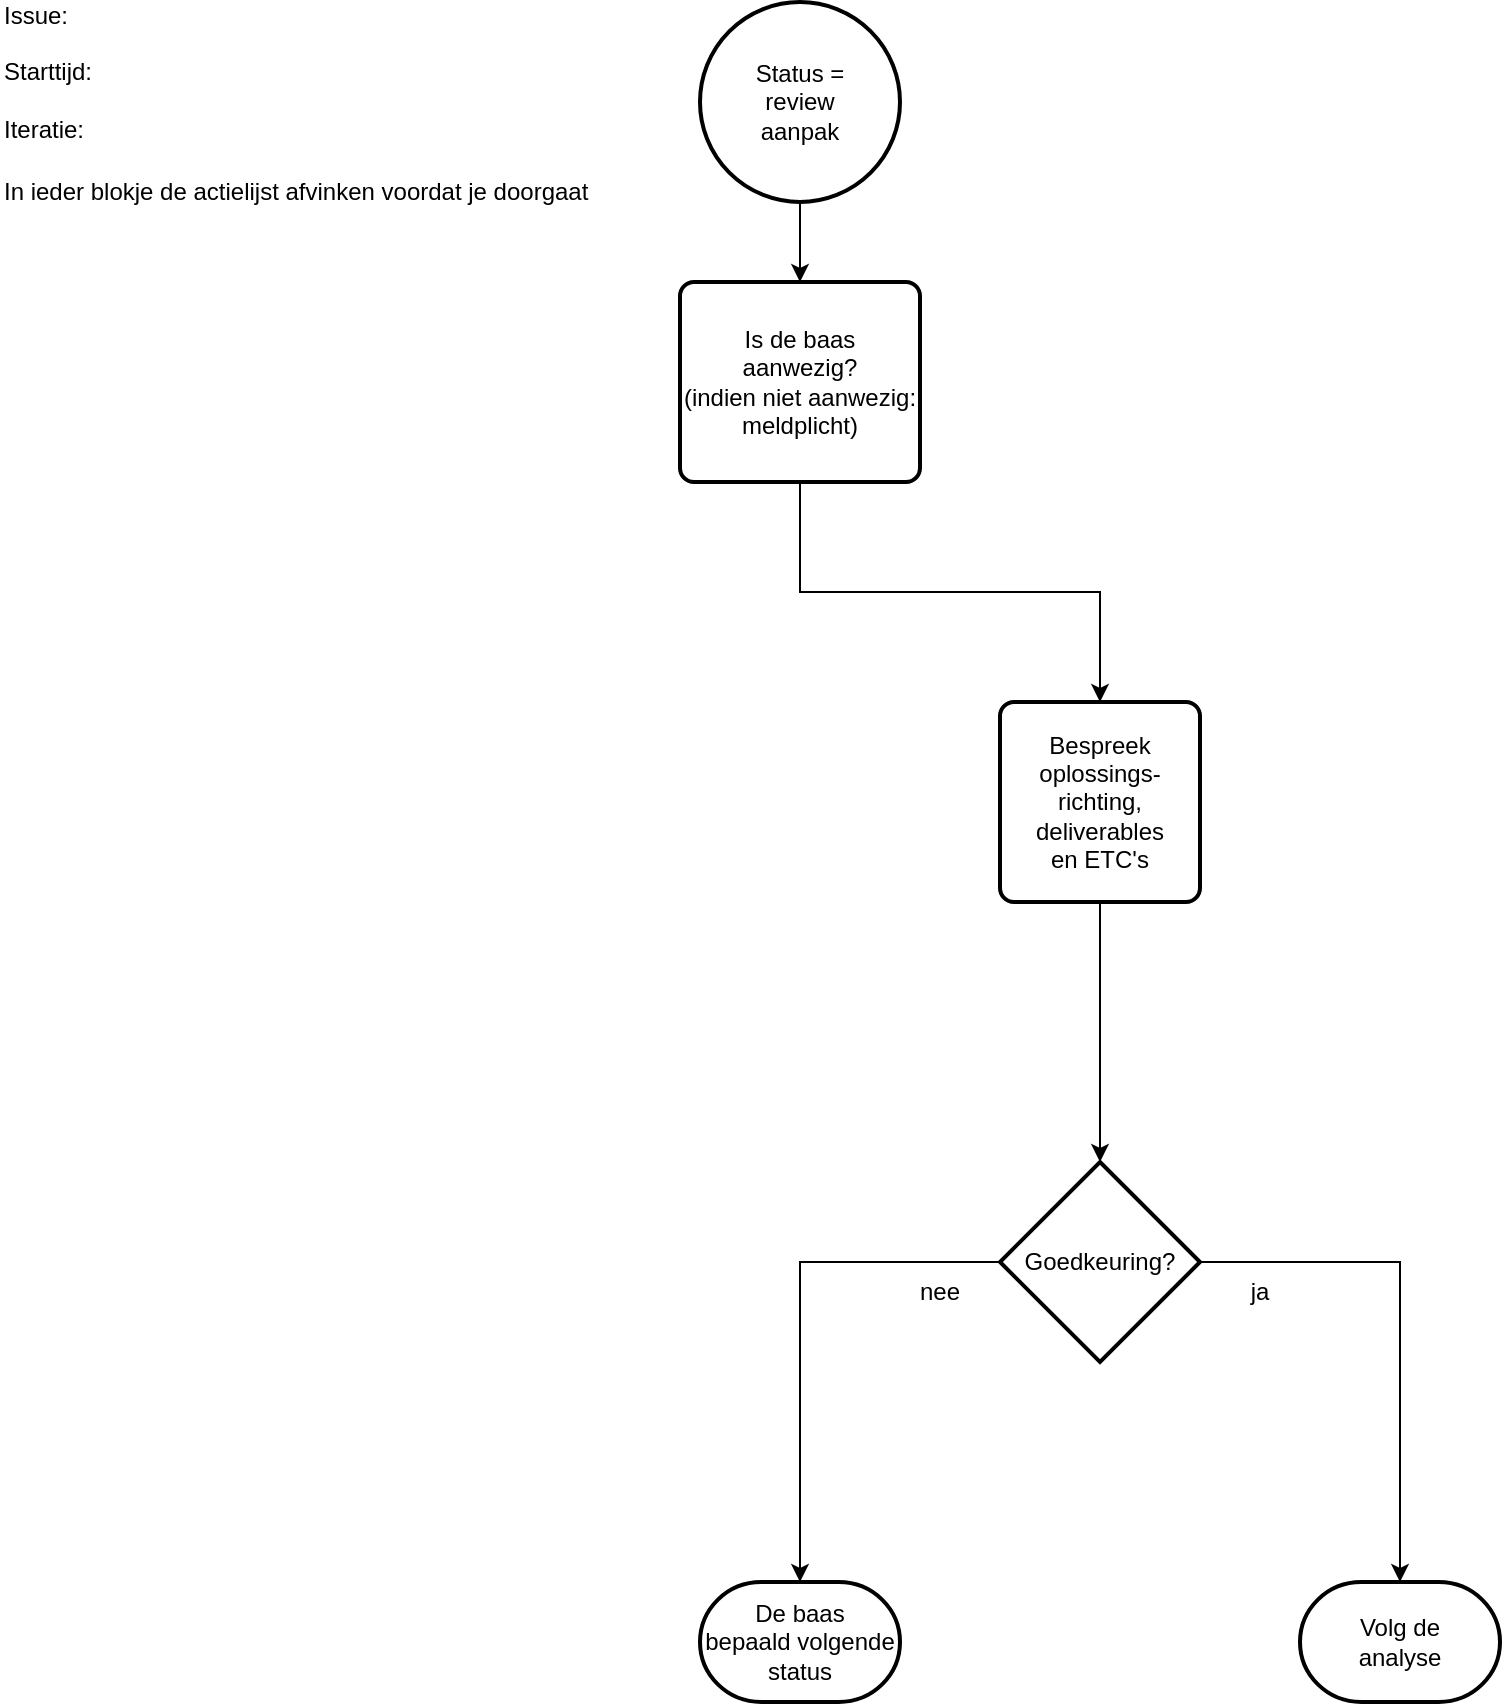
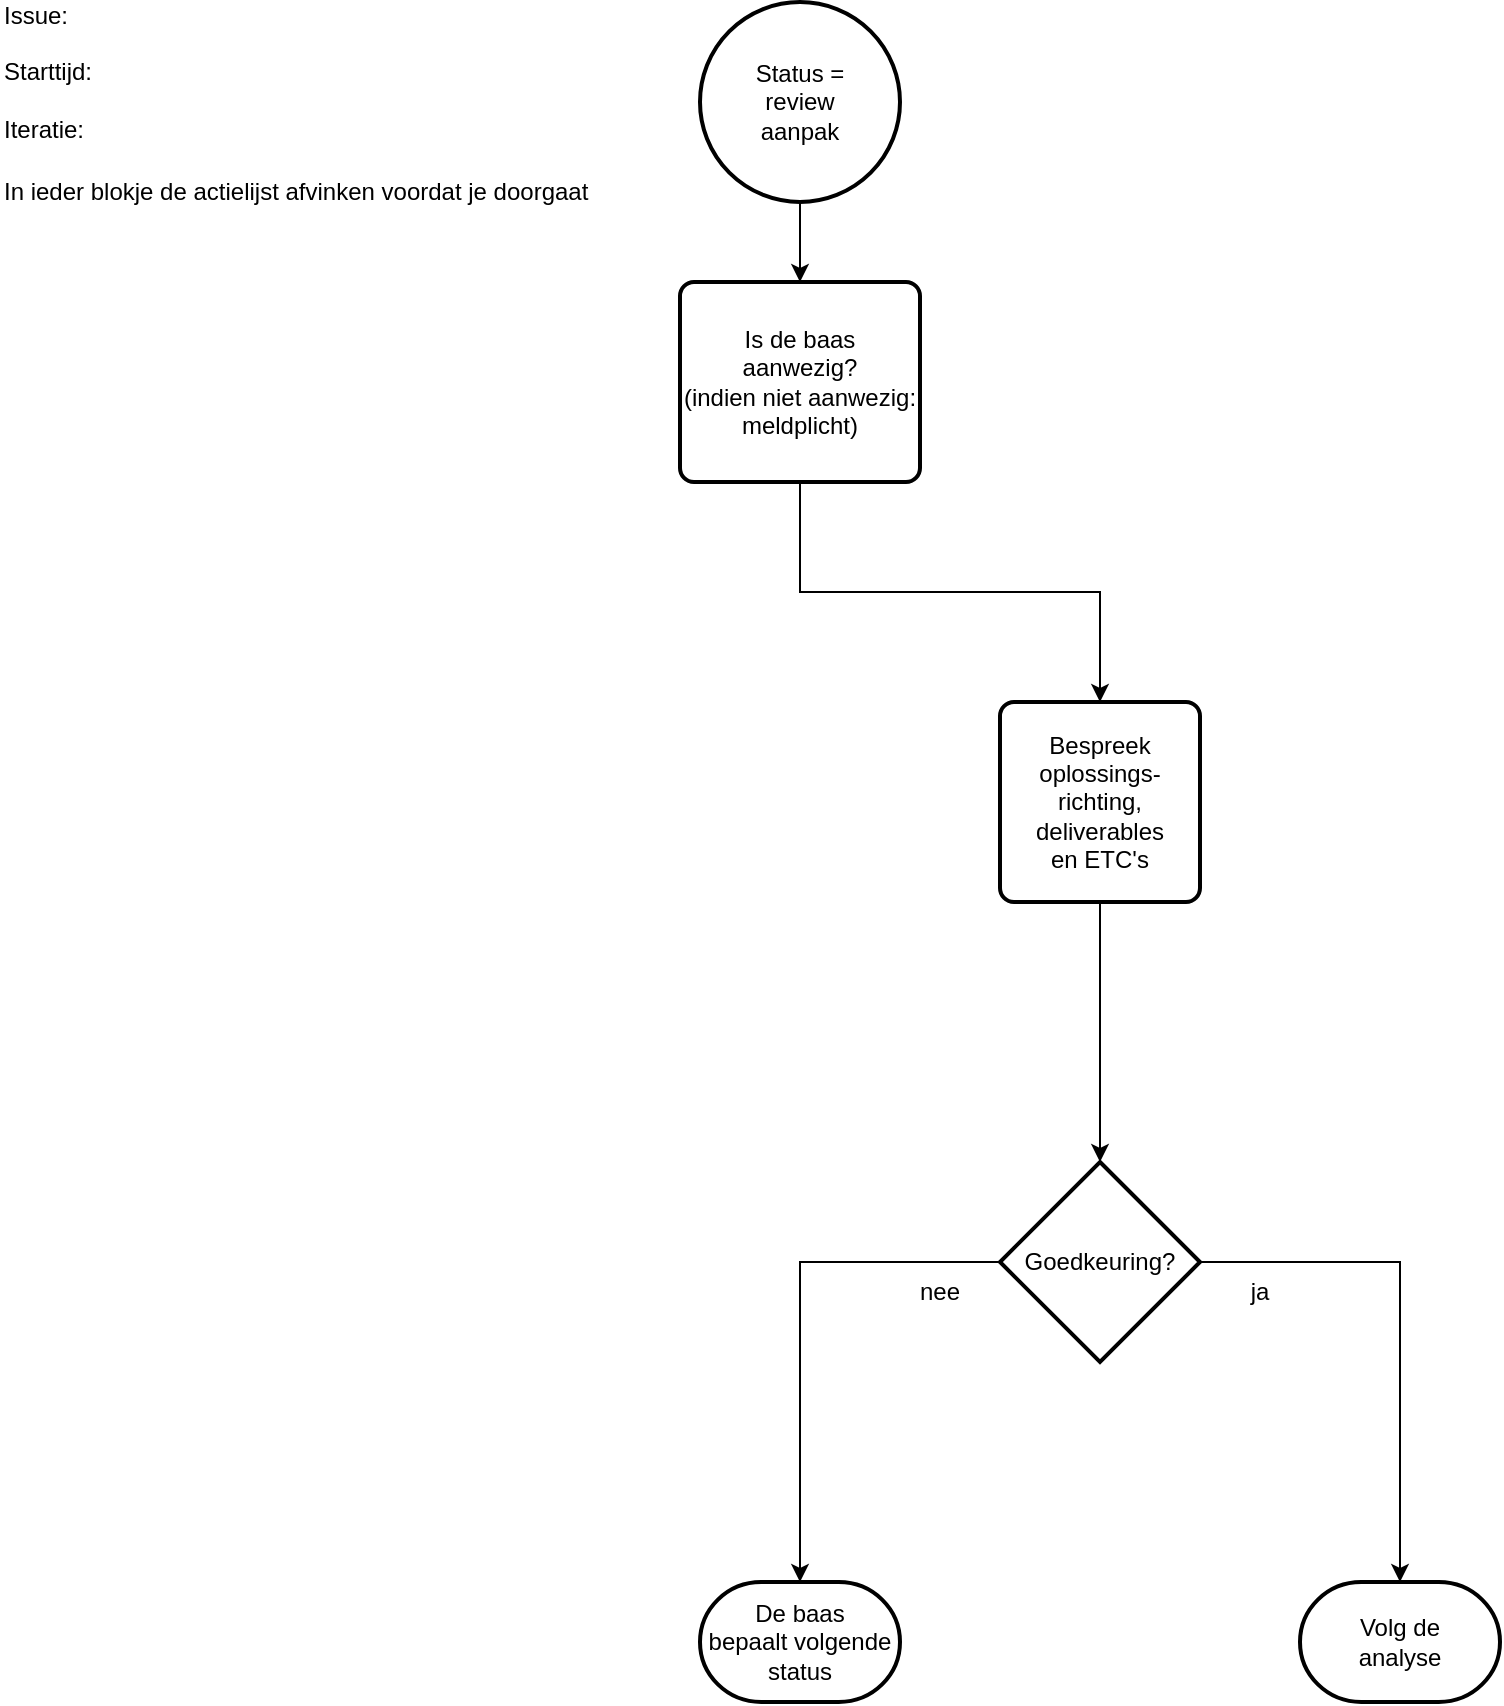
<mxfile host="Electron" agent="Mozilla/5.0 (Windows NT 10.0; Win64; x64) AppleWebKit/537.36 (KHTML, like Gecko) Chrome/143.0.0.0 Safari/537.36">
  <diagram name="Page-1" id="XNishPgJ8gbamc2b0VwM">
    <mxGraphModel dx="842" dy="1745" grid="1" gridSize="10" guides="1" tooltips="1" connect="1" arrows="1" fold="1" page="1" pageScale="1" pageWidth="827" pageHeight="1169" math="0" shadow="0">
      <root>
        <mxCell id="0" />
        <mxCell id="1" parent="0" />
        <object label="Status =&lt;br&gt;review&lt;br&gt;aanpak" Action="201" id="XehhIzECJeRqZ1Lm04T6-1">
          <mxCell parent="1" style="strokeWidth=2;html=1;shape=mxgraph.flowchart.start_2;whiteSpace=wrap;" vertex="1">
            <mxGeometry height="100" width="100" x="360" y="-1160" as="geometry" />
          </mxCell>
        </object>
        <object label="Goedkeuring?" Action="206" id="XehhIzECJeRqZ1Lm04T6-2">
          <mxCell parent="1" style="strokeWidth=2;html=1;shape=mxgraph.flowchart.decision;whiteSpace=wrap;" vertex="1">
            <mxGeometry height="100" width="100" x="510" y="-580" as="geometry" />
          </mxCell>
        </object>
        <mxCell id="XehhIzECJeRqZ1Lm04T6-3" parent="1" style="text;html=1;whiteSpace=wrap;strokeColor=none;fillColor=none;align=center;verticalAlign=middle;rounded=0;" value="ja" vertex="1">
          <mxGeometry height="30" width="60" x="610" y="-530" as="geometry" />
        </mxCell>
-         <object label="De baas&lt;br&gt;bepaald volgende&lt;br&gt;status" Action="206F" id="XehhIzECJeRqZ1Lm04T6-4">
+         <object label="De baas&lt;br&gt;bepaalt volgende&lt;br&gt;status" Action="206F" id="XehhIzECJeRqZ1Lm04T6-4">
          <mxCell parent="1" style="strokeWidth=2;html=1;shape=mxgraph.flowchart.terminator;whiteSpace=wrap;" vertex="1">
            <mxGeometry height="60" width="100" x="360" y="-370" as="geometry" />
          </mxCell>
        </object>
        <mxCell id="XehhIzECJeRqZ1Lm04T6-5" parent="1" style="text;html=1;whiteSpace=wrap;strokeColor=none;fillColor=none;align=center;verticalAlign=middle;rounded=0;" value="nee" vertex="1">
          <mxGeometry height="30" width="60" x="450" y="-530" as="geometry" />
        </mxCell>
        <object label="Volg de&lt;br&gt;analyse" Action="206T" id="XehhIzECJeRqZ1Lm04T6-6">
          <mxCell parent="1" style="strokeWidth=2;html=1;shape=mxgraph.flowchart.terminator;whiteSpace=wrap;" vertex="1">
            <mxGeometry height="60" width="100" x="660" y="-370" as="geometry" />
          </mxCell>
        </object>
        <mxCell id="XehhIzECJeRqZ1Lm04T6-7" edge="1" parent="1" source="XehhIzECJeRqZ1Lm04T6-2" style="edgeStyle=orthogonalEdgeStyle;rounded=0;orthogonalLoop=1;jettySize=auto;html=1;exitX=0;exitY=0.5;exitDx=0;exitDy=0;exitPerimeter=0;entryX=0.5;entryY=0;entryDx=0;entryDy=0;entryPerimeter=0;" target="XehhIzECJeRqZ1Lm04T6-4">
          <mxGeometry relative="1" as="geometry" />
        </mxCell>
        <mxCell id="XehhIzECJeRqZ1Lm04T6-8" edge="1" parent="1" source="XehhIzECJeRqZ1Lm04T6-2" style="edgeStyle=orthogonalEdgeStyle;rounded=0;orthogonalLoop=1;jettySize=auto;html=1;exitX=1;exitY=0.5;exitDx=0;exitDy=0;exitPerimeter=0;entryX=0.5;entryY=0;entryDx=0;entryDy=0;entryPerimeter=0;" target="XehhIzECJeRqZ1Lm04T6-6">
          <mxGeometry relative="1" as="geometry" />
        </mxCell>
        <mxCell id="XehhIzECJeRqZ1Lm04T6-9" parent="1" style="text;html=1;align=left;verticalAlign=middle;whiteSpace=wrap;rounded=0;" value="Issue:&amp;nbsp; &amp;nbsp;&lt;br&gt;&lt;br&gt;Starttijd:&lt;br&gt;&lt;br&gt;Iteratie:&amp;nbsp;" vertex="1">
          <mxGeometry height="30" width="60" x="10" y="-1140" as="geometry" />
        </mxCell>
        <mxCell id="XehhIzECJeRqZ1Lm04T6-10" edge="1" parent="1" source="XehhIzECJeRqZ1Lm04T6-11" style="edgeStyle=orthogonalEdgeStyle;rounded=0;orthogonalLoop=1;jettySize=auto;html=1;exitX=0.5;exitY=1;exitDx=0;exitDy=0;entryX=0.5;entryY=0;entryDx=0;entryDy=0;" target="XehhIzECJeRqZ1Lm04T6-19">
          <mxGeometry relative="1" as="geometry" />
        </mxCell>
        <object label="Is de baas&lt;br&gt;aanwezig?&lt;br&gt;(indien niet aanwezig:&lt;br&gt;meldplicht)" Action="202" id="XehhIzECJeRqZ1Lm04T6-11">
          <mxCell parent="1" style="rounded=1;whiteSpace=wrap;html=1;absoluteArcSize=1;arcSize=14;strokeWidth=2;" vertex="1">
            <mxGeometry height="100" width="120" x="350" y="-1020" as="geometry" />
          </mxCell>
        </object>
        <mxCell id="XehhIzECJeRqZ1Lm04T6-18" edge="1" parent="1" source="XehhIzECJeRqZ1Lm04T6-19" style="edgeStyle=orthogonalEdgeStyle;rounded=0;orthogonalLoop=1;jettySize=auto;html=1;exitX=0.5;exitY=1;exitDx=0;exitDy=0;entryX=0.5;entryY=0;entryDx=0;entryDy=0;entryPerimeter=0;" target="XehhIzECJeRqZ1Lm04T6-2">
          <mxGeometry relative="1" as="geometry" />
        </mxCell>
        <object label="Bespreek&lt;br&gt;oplossings-richting,&lt;br&gt;deliverables&lt;br&gt;en ETC&#39;s" Action="204" id="XehhIzECJeRqZ1Lm04T6-19">
          <mxCell parent="1" style="rounded=1;whiteSpace=wrap;html=1;absoluteArcSize=1;arcSize=14;strokeWidth=2;" vertex="1">
            <mxGeometry height="100" width="100" x="510" y="-810" as="geometry" />
          </mxCell>
        </object>
        <mxCell id="XehhIzECJeRqZ1Lm04T6-20" edge="1" parent="1" source="XehhIzECJeRqZ1Lm04T6-1" style="edgeStyle=orthogonalEdgeStyle;rounded=0;orthogonalLoop=1;jettySize=auto;html=1;exitX=0.5;exitY=1;exitDx=0;exitDy=0;exitPerimeter=0;entryX=0.5;entryY=0;entryDx=0;entryDy=0;" target="XehhIzECJeRqZ1Lm04T6-11">
          <mxGeometry relative="1" as="geometry" />
        </mxCell>
        <mxCell id="XehhIzECJeRqZ1Lm04T6-21" parent="1" style="text;html=1;whiteSpace=wrap;strokeColor=none;fillColor=none;align=left;verticalAlign=middle;rounded=0;labelPosition=center;verticalLabelPosition=middle;" value="In ieder blokje de actielijst afvinken voordat je doorgaat" vertex="1">
          <mxGeometry height="30" width="300" x="10" y="-1080" as="geometry" />
        </mxCell>
      </root>
    </mxGraphModel>
  </diagram>
</mxfile>
